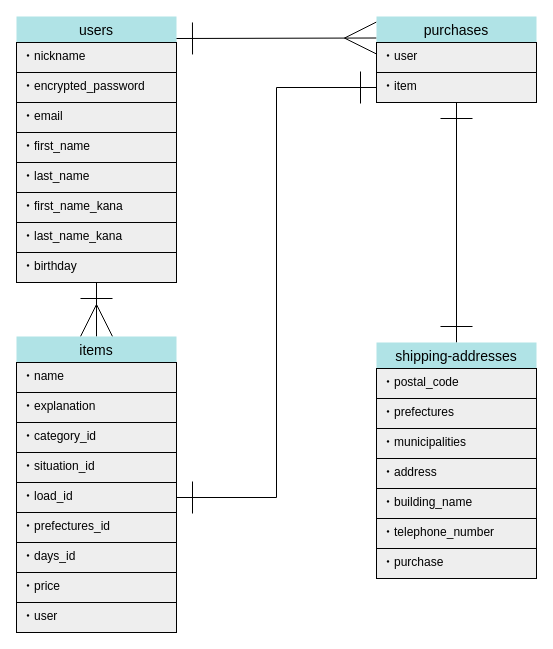
Before: furima.dio in Kl0udY/furima-37839, a draw.io diagram. Source tidied: cells renumbered, new cells numbered last; positions are measured from the earlier drawing's top-left corner, leaving out a move shared by most shapes. Both pictures are drawn from the tidied source at 100%, with x=0, y=0 at pixel (16, 16).
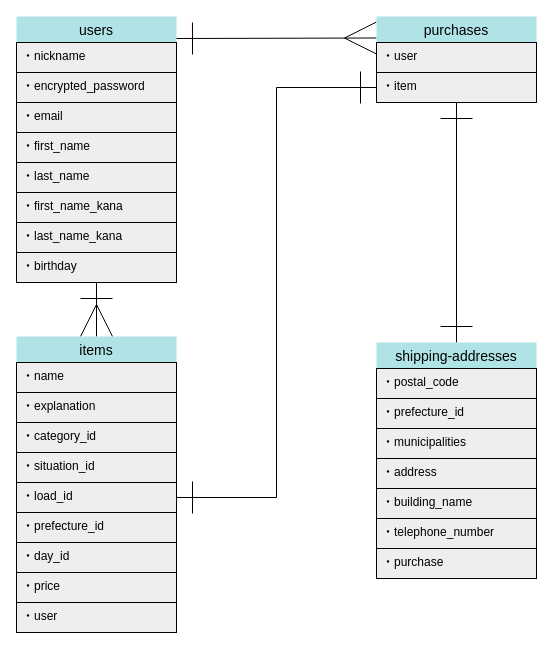
The same diagram, later.

Commit message (it also covers changes not shown here):
データベース設計_修正3

Unchanged cells that the change refers to:
```xml
<mxCell id="12" value="items" style="swimlane;fontStyle=0;horizontal=1;startSize=26;align=center;fontSize=14;fillColor=#b0e3e6;strokeColor=none;fontColor=#000000;perimeterSpacing=0;" parent="1" vertex="1">
  <mxGeometry y="320" width="160" height="296" as="geometry" />
</mxCell>
<mxCell id="23" value="shipping-addresses" style="swimlane;fontStyle=0;horizontal=1;startSize=26;align=center;fontSize=14;fillColor=#b0e3e6;strokeColor=none;fontColor=#000000;" parent="1" vertex="1">
  <mxGeometry x="360" y="326" width="160" height="236" as="geometry" />
</mxCell>
```

Change to the diagram source:
```diff
@@
-    <mxCell id="18" value="・prefectures_id" style="text;strokeColor=default;fillColor=#eeeeee;spacingLeft=4;spacingRight=4;overflow=hidden;fontSize=12;fontColor=#000000;" parent="12" vertex="1">
+    <mxCell id="18" value="・prefecture_id" style="text;strokeColor=default;fillColor=#eeeeee;spacingLeft=4;spacingRight=4;overflow=hidden;fontSize=12;fontColor=#000000;" parent="12" vertex="1">
       <mxGeometry y="176" width="160" height="30" as="geometry" />
     </mxCell>
-    <mxCell id="19" value="・days_id" style="text;strokeColor=default;fillColor=#eeeeee;spacingLeft=4;spacingRight=4;overflow=hidden;fontSize=12;fontColor=#000000;" parent="12" vertex="1">
+    <mxCell id="19" value="・day_id" style="text;strokeColor=default;fillColor=#eeeeee;spacingLeft=4;spacingRight=4;overflow=hidden;fontSize=12;fontColor=#000000;" parent="12" vertex="1">
       <mxGeometry y="206" width="160" height="30" as="geometry" />
     </mxCell>
@@
-    <mxCell id="25" value="・prefectures" style="text;strokeColor=default;fillColor=#eeeeee;spacingLeft=4;spacingRight=4;overflow=hidden;fontSize=12;fontColor=#000000;" parent="23" vertex="1">
+    <mxCell id="25" value="・prefecture_id" style="text;strokeColor=default;fillColor=#eeeeee;spacingLeft=4;spacingRight=4;overflow=hidden;fontSize=12;fontColor=#000000;" parent="23" vertex="1">
       <mxGeometry y="56" width="160" height="30" as="geometry" />
     </mxCell>
```
